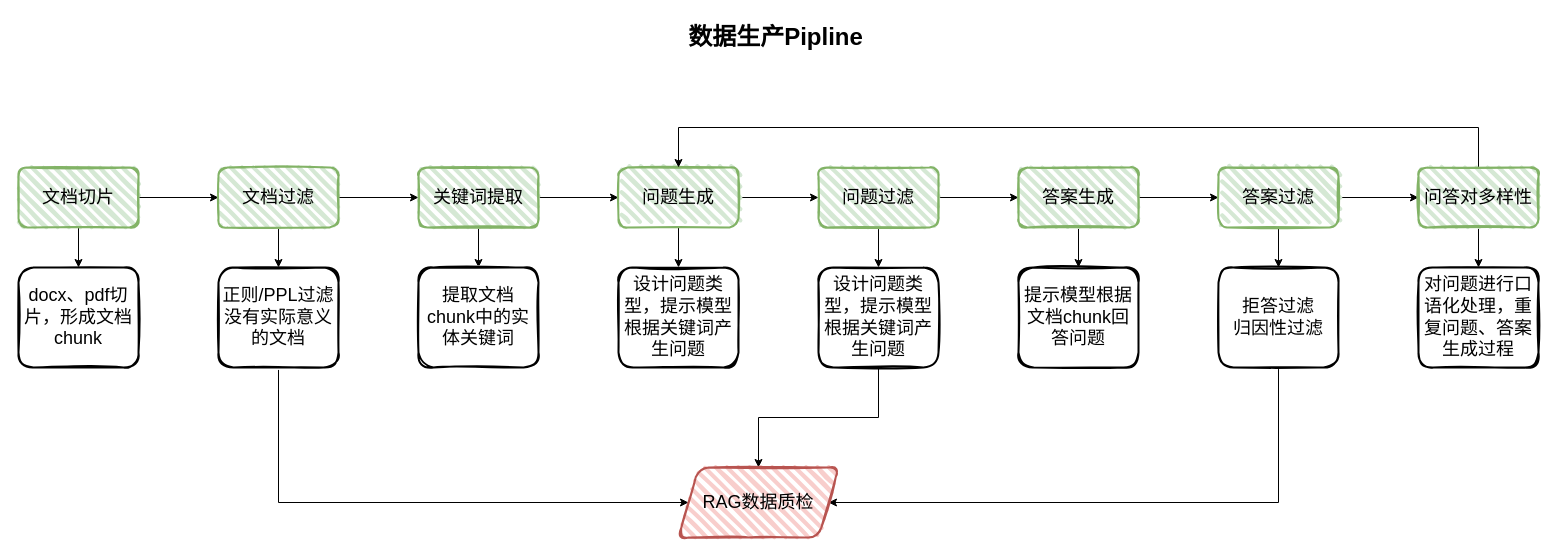
Before: 未命名绘图.drawio in Wbxxx/Draw-architecture-diagram, a draw.io diagram. Source tidied: cells renumbered, new cells numbered last; positions are measured from the earlier drawing's top-left corner, leaving out a move shared by most shapes. Both pictures are drawn from the tidied source at 100%, with x=0, y=0 at pixel (18, 17).
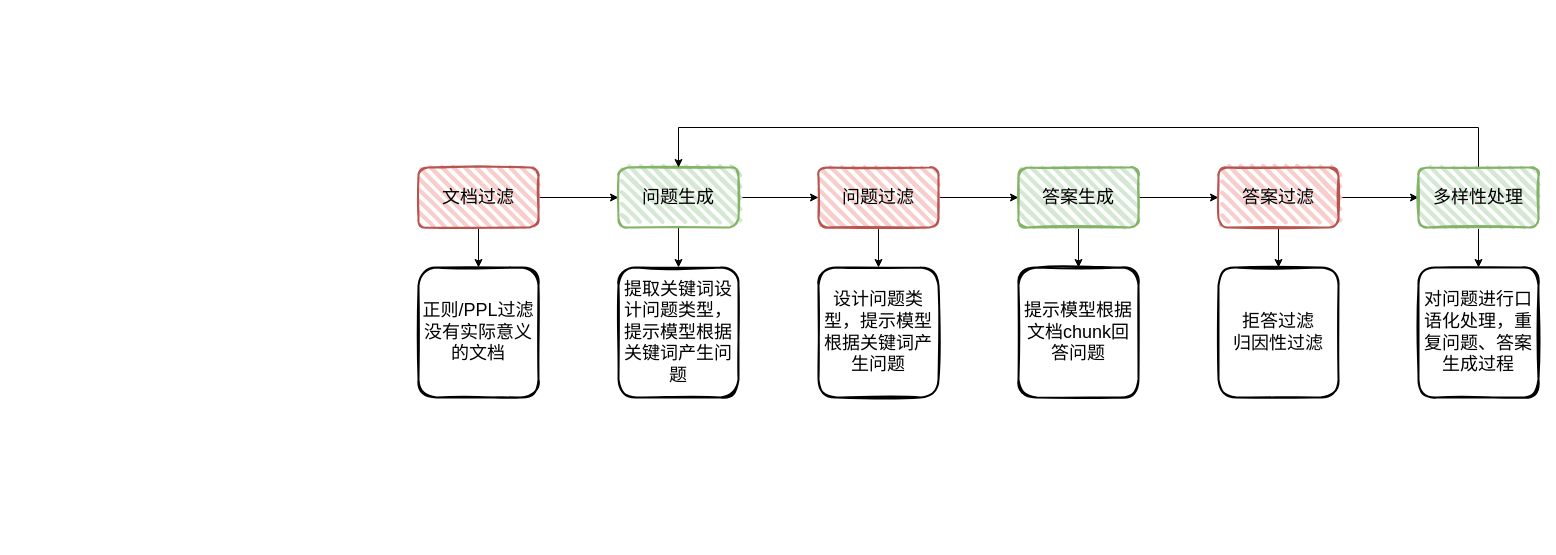
The same diagram, later.

The change refers to these unchanged cells:
```xml
<mxCell id="13" value="&lt;span style=&quot;font-size: 18px;&quot;&gt;问题生成&lt;/span&gt;" style="whiteSpace=wrap;html=1;fillColor=#d5e8d4;strokeColor=#82b366;rounded=1;strokeWidth=2;fillWeight=4;hachureGap=8;hachureAngle=45;sketch=1;" parent="1" vertex="1">
  <mxGeometry x="600" y="150" width="120" height="60" as="geometry" />
</mxCell>
```

Change to the diagram source:
```diff
@@
-    <mxCell id="2" style="edgeStyle=orthogonalEdgeStyle;rounded=0;jettySize=auto;html=1;" parent="1" edge="1" source="4" target="7">
-      <mxGeometry relative="1" as="geometry" />
-    </mxCell>
-    <mxCell id="3" style="edgeStyle=orthogonalEdgeStyle;rounded=0;jettySize=auto;html=1;" parent="1" edge="1" source="4" target="27">
-      <mxGeometry relative="1" as="geometry" />
-    </mxCell>
-    <mxCell id="4" value="&lt;font style=&quot;font-size: 18px;&quot;&gt;文档切片&lt;/font&gt;" style="rounded=1;whiteSpace=wrap;html=1;strokeWidth=2;fillWeight=4;hachureGap=8;hachureAngle=45;fillColor=#d5e8d4;sketch=1;strokeColor=#82b366;" parent="1" vertex="1">
-      <mxGeometry y="150" width="120" height="60" as="geometry" />
-    </mxCell>
-    <mxCell id="5" style="edgeStyle=orthogonalEdgeStyle;rounded=0;jettySize=auto;html=1;" parent="1" edge="1" source="7" target="10">
-      <mxGeometry relative="1" as="geometry" />
-    </mxCell>
@@
+    <mxCell id="39" style="edgeStyle=orthogonalEdgeStyle;rounded=0;jettySize=auto;html=1;" parent="1" edge="1" source="7" target="13">
+      <mxGeometry relative="1" as="geometry" />
+    </mxCell>
-    <mxCell id="7" value="&lt;span style=&quot;font-size: 18px;&quot;&gt;文档过滤&lt;/span&gt;" style="whiteSpace=wrap;html=1;fillColor=#d5e8d4;strokeColor=#82b366;rounded=1;strokeWidth=2;fillWeight=4;hachureGap=8;hachureAngle=45;sketch=1;" parent="1" vertex="1">
-      <mxGeometry x="200" y="150" width="120" height="60" as="geometry" />
+    <mxCell id="7" value="&lt;span style=&quot;font-size: 18px;&quot;&gt;文档过滤&lt;/span&gt;" style="whiteSpace=wrap;html=1;fillColor=#f8cecc;strokeColor=#b85450;rounded=1;strokeWidth=2;fillWeight=4;hachureGap=8;hachureAngle=45;sketch=1;" parent="1" vertex="1">
+      <mxGeometry x="400" y="150" width="120" height="60" as="geometry" />
     </mxCell>
-    <mxCell id="8" style="edgeStyle=orthogonalEdgeStyle;rounded=0;jettySize=auto;html=1;" parent="1" edge="1" source="10" target="13">
-      <mxGeometry relative="1" as="geometry" />
-    </mxCell>
-    <mxCell id="9" style="edgeStyle=orthogonalEdgeStyle;rounded=0;jettySize=auto;html=1;" parent="1" edge="1" source="10" target="30">
-      <mxGeometry relative="1" as="geometry" />
-    </mxCell>
-    <mxCell id="10" value="&lt;span style=&quot;font-size: 18px;&quot;&gt;关键词提取&lt;/span&gt;" style="whiteSpace=wrap;html=1;fillColor=#d5e8d4;strokeColor=#82b366;rounded=1;strokeWidth=2;fillWeight=4;hachureGap=8;hachureAngle=45;sketch=1;" parent="1" vertex="1">
-      <mxGeometry x="400" y="150" width="120" height="60" as="geometry" />
-    </mxCell>
@@
-    <mxCell id="16" value="&lt;span style=&quot;font-size: 18px;&quot;&gt;问题过滤&lt;/span&gt;" style="whiteSpace=wrap;html=1;fillColor=#d5e8d4;strokeColor=#82b366;rounded=1;strokeWidth=2;fillWeight=4;hachureGap=8;hachureAngle=45;sketch=1;" parent="1" vertex="1">
+    <mxCell id="16" value="&lt;span style=&quot;font-size: 18px;&quot;&gt;问题过滤&lt;/span&gt;" style="whiteSpace=wrap;html=1;fillColor=#f8cecc;strokeColor=#b85450;rounded=1;strokeWidth=2;fillWeight=4;hachureGap=8;hachureAngle=45;sketch=1;" parent="1" vertex="1">
       <mxGeometry x="800" y="150" width="120" height="60" as="geometry" />
     </mxCell>
@@
-    <mxCell id="22" value="&lt;span style=&quot;font-size: 18px;&quot;&gt;答案过滤&lt;/span&gt;" style="whiteSpace=wrap;html=1;fillColor=#d5e8d4;strokeColor=#82b366;rounded=1;strokeWidth=2;fillWeight=4;hachureGap=8;hachureAngle=45;sketch=1;" parent="1" vertex="1">
+    <mxCell id="22" value="&lt;span style=&quot;font-size: 18px;&quot;&gt;答案过滤&lt;/span&gt;" style="whiteSpace=wrap;html=1;fillColor=#f8cecc;strokeColor=#b85450;rounded=1;strokeWidth=2;fillWeight=4;hachureGap=8;hachureAngle=45;sketch=1;" parent="1" vertex="1">
       <mxGeometry x="1200" y="150" width="120" height="60" as="geometry" />
     </mxCell>
@@
-    <mxCell id="25" value="&lt;span style=&quot;font-size: 18px;&quot;&gt;问答对多样性&lt;/span&gt;" style="whiteSpace=wrap;html=1;fillColor=#d5e8d4;strokeColor=#82b366;rounded=1;strokeWidth=2;fillWeight=4;hachureGap=8;hachureAngle=45;sketch=1;" parent="1" vertex="1">
+    <mxCell id="25" value="&lt;span style=&quot;font-size: 18px;&quot;&gt;多样性处理&lt;/span&gt;" style="whiteSpace=wrap;html=1;fillColor=#d5e8d4;strokeColor=#82b366;rounded=1;strokeWidth=2;fillWeight=4;hachureGap=8;hachureAngle=45;sketch=1;" parent="1" vertex="1">
       <mxGeometry x="1400" y="150" width="120" height="60" as="geometry" />
     </mxCell>
-    <mxCell id="26" value="数据生产Pipline" style="text;strokeColor=none;fillColor=none;html=1;fontSize=24;fontStyle=1;verticalAlign=middle;align=center;" parent="1" vertex="1">
-      <mxGeometry x="707" width="100" height="40" as="geometry" />
-    </mxCell>
-    <mxCell id="27" value="&lt;font style=&quot;font-size: 18px;&quot;&gt;docx、pdf切片，形成文档chunk&lt;/font&gt;" style="rounded=1;whiteSpace=wrap;html=1;strokeWidth=2;fillWeight=4;hachureGap=8;hachureAngle=45;sketch=1;" parent="1" vertex="1">
-      <mxGeometry y="250" width="120" height="100" as="geometry" />
-    </mxCell>
-    <mxCell id="28" style="edgeStyle=orthogonalEdgeStyle;rounded=0;jettySize=auto;html=1;entryX=0;entryY=0.5;entryDx=0;entryDy=0;" parent="1" edge="1" source="29" target="38">
-      <mxGeometry relative="1" as="geometry">
-        <Array as="points">
-          <mxPoint x="260" y="485" />
-        </Array>
-      </mxGeometry>
-    </mxCell>
     <mxCell id="29" value="&lt;span style=&quot;font-size: 18px;&quot;&gt;正则/PPL过滤没有实际意义的文档&lt;/span&gt;" style="rounded=1;whiteSpace=wrap;html=1;strokeWidth=2;fillWeight=4;hachureGap=8;hachureAngle=45;sketch=1;" parent="1" vertex="1">
-      <mxGeometry x="200" y="250" width="120" height="100" as="geometry" />
+      <mxGeometry x="400" y="250" width="120" height="130" as="geometry" />
     </mxCell>
-    <mxCell id="30" value="&lt;span style=&quot;font-size: 18px;&quot;&gt;提取文档chunk中的实体关键词&lt;/span&gt;" style="rounded=1;whiteSpace=wrap;html=1;strokeWidth=2;fillWeight=4;hachureGap=8;hachureAngle=45;sketch=1;" parent="1" vertex="1">
-      <mxGeometry x="400" y="250" width="120" height="100" as="geometry" />
-    </mxCell>
-    <mxCell id="31" value="&lt;span style=&quot;font-size: 18px;&quot;&gt;设计问题类型，提示模型根据关键词产生问题&lt;/span&gt;" style="rounded=1;whiteSpace=wrap;html=1;strokeWidth=2;fillWeight=4;hachureGap=8;hachureAngle=45;sketch=1;" parent="1" vertex="1">
-      <mxGeometry x="600" y="250" width="120" height="100" as="geometry" />
+    <mxCell id="31" value="&lt;span style=&quot;font-size: 18px;&quot;&gt;提取关键词设计问题类型，提示模型根据关键词产生问题&lt;/span&gt;" style="rounded=1;whiteSpace=wrap;html=1;strokeWidth=2;fillWeight=4;hachureGap=8;hachureAngle=45;sketch=1;" parent="1" vertex="1">
+      <mxGeometry x="600" y="250" width="120" height="130" as="geometry" />
     </mxCell>
-    <mxCell id="32" style="edgeStyle=orthogonalEdgeStyle;rounded=0;jettySize=auto;html=1;" parent="1" edge="1" source="33" target="38">
-      <mxGeometry relative="1" as="geometry" />
-    </mxCell>
     <mxCell id="33" value="&lt;span style=&quot;font-size: 18px;&quot;&gt;设计问题类型，提示模型根据关键词产生问题&lt;/span&gt;" style="rounded=1;whiteSpace=wrap;html=1;strokeWidth=2;fillWeight=4;hachureGap=8;hachureAngle=45;sketch=1;" parent="1" vertex="1">
-      <mxGeometry x="800" y="250" width="120" height="100" as="geometry" />
+      <mxGeometry x="800" y="250" width="120" height="130" as="geometry" />
     </mxCell>
     <mxCell id="34" value="&lt;span style=&quot;font-size: 18px;&quot;&gt;提示模型根据文档chunk回答问题&lt;/span&gt;" style="rounded=1;whiteSpace=wrap;html=1;strokeWidth=2;fillWeight=4;hachureGap=8;hachureAngle=45;sketch=1;" parent="1" vertex="1">
-      <mxGeometry x="1000" y="250" width="120" height="100" as="geometry" />
+      <mxGeometry x="1000" y="250" width="120" height="130" as="geometry" />
     </mxCell>
-    <mxCell id="35" style="edgeStyle=orthogonalEdgeStyle;rounded=0;jettySize=auto;html=1;entryX=1;entryY=0.5;entryDx=0;entryDy=0;" parent="1" edge="1" source="36" target="38">
-      <mxGeometry relative="1" as="geometry">
-        <Array as="points">
-          <mxPoint x="1260" y="485" />
-        </Array>
-      </mxGeometry>
-    </mxCell>
     <mxCell id="36" value="&lt;span style=&quot;font-size: 18px;&quot;&gt;拒答过滤&lt;/span&gt;&lt;div&gt;&lt;span style=&quot;font-size: 18px;&quot;&gt;归因性过滤&lt;/span&gt;&lt;/div&gt;" style="rounded=1;whiteSpace=wrap;html=1;strokeWidth=2;fillWeight=4;hachureGap=8;hachureAngle=45;sketch=1;" parent="1" vertex="1">
-      <mxGeometry x="1200" y="250" width="120" height="100" as="geometry" />
+      <mxGeometry x="1200" y="250" width="120" height="130" as="geometry" />
     </mxCell>
     <mxCell id="37" value="&lt;span style=&quot;font-size: 18px;&quot;&gt;对问题进行口语化处理，重复问题、答案生成过程&lt;/span&gt;" style="rounded=1;whiteSpace=wrap;html=1;strokeWidth=2;fillWeight=4;hachureGap=8;hachureAngle=45;sketch=1;" parent="1" vertex="1">
-      <mxGeometry x="1400" y="250" width="120" height="100" as="geometry" />
+      <mxGeometry x="1400" y="250" width="120" height="130" as="geometry" />
     </mxCell>
-    <mxCell id="38" value="&lt;span style=&quot;font-size: 18px;&quot;&gt;RAG数据质检&lt;/span&gt;" style="shape=parallelogram;perimeter=parallelogramPerimeter;whiteSpace=wrap;html=1;fixedSize=1;rounded=1;strokeWidth=2;fillWeight=4;hachureGap=8;hachureAngle=45;sketch=1;fillColor=#f8cecc;strokeColor=#b85450;" parent="1" vertex="1">
-      <mxGeometry x="660" y="450" width="160" height="70" as="geometry" />
-    </mxCell>
```
